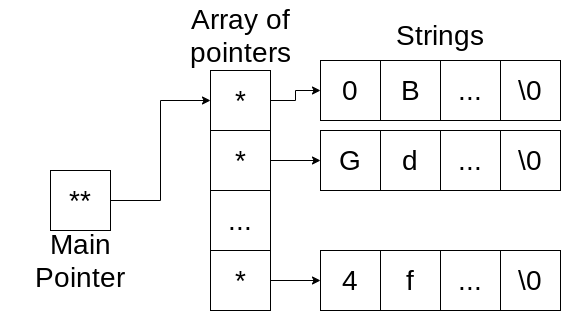
Earlier version of the draw.io export LR1/report/photo/data_schema.png (kira607/labs_2sem). Source tidied: cells renumbered, new cells last; positions are measured from the earlier drawing's top-left corner, leaving out a move shared by most shapes. Source of this version:
```xml
<mxGraphModel>
  <root>
    <mxCell id="0" />
    <mxCell id="1" parent="0" />
    <mxCell id="2" style="edgeStyle=orthogonalEdgeStyle;rounded=0;jettySize=auto;html=1;entryX=0;entryY=0.5;entryDx=0;entryDy=0;" parent="1" edge="1" source="3" target="5">
      <mxGeometry relative="1" as="geometry" />
    </mxCell>
    <mxCell id="3" value="&lt;font style=&quot;font-size: 28px&quot;&gt;**&lt;/font&gt;" style="rounded=0;whiteSpace=wrap;html=1;" parent="1" vertex="1">
      <mxGeometry x="50" y="170" width="60" height="60" as="geometry" />
    </mxCell>
    <mxCell id="4" style="edgeStyle=orthogonalEdgeStyle;rounded=0;jettySize=auto;html=1;entryX=0;entryY=0.5;entryDx=0;entryDy=0;" parent="1" edge="1" source="5" target="11">
      <mxGeometry relative="1" as="geometry" />
    </mxCell>
    <mxCell id="5" value="&lt;span style=&quot;font-size: 28px&quot;&gt;*&lt;/span&gt;" style="rounded=0;whiteSpace=wrap;html=1;" parent="1" vertex="1">
      <mxGeometry x="210" y="70" width="60" height="60" as="geometry" />
    </mxCell>
    <mxCell id="6" style="edgeStyle=orthogonalEdgeStyle;rounded=0;jettySize=auto;html=1;entryX=0;entryY=0.5;entryDx=0;entryDy=0;" parent="1" edge="1" source="7">
      <mxGeometry relative="1" as="geometry">
        <mxPoint x="320" y="160" as="targetPoint" />
      </mxGeometry>
    </mxCell>
    <mxCell id="7" value="&lt;span style=&quot;font-size: 28px&quot;&gt;*&lt;/span&gt;" style="rounded=0;whiteSpace=wrap;html=1;" parent="1" vertex="1">
      <mxGeometry x="210" y="130" width="60" height="60" as="geometry" />
    </mxCell>
    <mxCell id="8" value="..." style="rounded=0;whiteSpace=wrap;html=1;fontSize=28;" parent="1" vertex="1">
      <mxGeometry x="210" y="190" width="60" height="60" as="geometry" />
    </mxCell>
    <mxCell id="9" style="edgeStyle=orthogonalEdgeStyle;rounded=0;jettySize=auto;html=1;entryX=0;entryY=0.5;entryDx=0;entryDy=0;" parent="1" edge="1" source="10">
      <mxGeometry relative="1" as="geometry">
        <mxPoint x="320" y="280" as="targetPoint" />
      </mxGeometry>
    </mxCell>
    <mxCell id="10" value="&lt;span style=&quot;font-size: 28px&quot;&gt;*&lt;/span&gt;" style="rounded=0;whiteSpace=wrap;html=1;" parent="1" vertex="1">
      <mxGeometry x="210" y="250" width="60" height="60" as="geometry" />
    </mxCell>
    <mxCell id="11" value="0" style="rounded=0;whiteSpace=wrap;html=1;glass=0;shadow=0;comic=0;fontSize=28;" parent="1" vertex="1">
      <mxGeometry x="320" y="60" width="60" height="60" as="geometry" />
    </mxCell>
    <mxCell id="12" value="B" style="rounded=0;whiteSpace=wrap;html=1;glass=0;shadow=0;comic=0;fontSize=28;" parent="1" vertex="1">
      <mxGeometry x="380" y="60" width="60" height="60" as="geometry" />
    </mxCell>
    <mxCell id="13" value="..." style="rounded=0;whiteSpace=wrap;html=1;glass=0;shadow=0;comic=0;fontSize=28;" parent="1" vertex="1">
      <mxGeometry x="440" y="60" width="60" height="60" as="geometry" />
    </mxCell>
    <mxCell id="14" value="\0" style="rounded=0;whiteSpace=wrap;html=1;glass=0;shadow=0;comic=0;fontSize=28;" parent="1" vertex="1">
      <mxGeometry x="500" y="60" width="60" height="60" as="geometry" />
    </mxCell>
    <mxCell id="15" value="G" style="rounded=0;whiteSpace=wrap;html=1;glass=0;shadow=0;comic=0;fontSize=28;" parent="1" vertex="1">
      <mxGeometry x="320" y="130" width="60" height="60" as="geometry" />
    </mxCell>
    <mxCell id="16" value="d" style="rounded=0;whiteSpace=wrap;html=1;glass=0;shadow=0;comic=0;fontSize=28;" parent="1" vertex="1">
      <mxGeometry x="380" y="130" width="60" height="60" as="geometry" />
    </mxCell>
    <mxCell id="17" value="..." style="rounded=0;whiteSpace=wrap;html=1;glass=0;shadow=0;comic=0;fontSize=28;" parent="1" vertex="1">
      <mxGeometry x="440" y="130" width="60" height="60" as="geometry" />
    </mxCell>
    <mxCell id="18" value="\0" style="rounded=0;whiteSpace=wrap;html=1;glass=0;shadow=0;comic=0;fontSize=28;" parent="1" vertex="1">
      <mxGeometry x="500" y="130" width="60" height="60" as="geometry" />
    </mxCell>
    <mxCell id="19" value="4" style="rounded=0;whiteSpace=wrap;html=1;glass=0;shadow=0;comic=0;fontSize=28;" parent="1" vertex="1">
      <mxGeometry x="320" y="250" width="60" height="60" as="geometry" />
    </mxCell>
    <mxCell id="20" value="f" style="rounded=0;whiteSpace=wrap;html=1;glass=0;shadow=0;comic=0;fontSize=28;" parent="1" vertex="1">
      <mxGeometry x="380" y="250" width="60" height="60" as="geometry" />
    </mxCell>
    <mxCell id="21" value="..." style="rounded=0;whiteSpace=wrap;html=1;glass=0;shadow=0;comic=0;fontSize=28;" parent="1" vertex="1">
      <mxGeometry x="440" y="250" width="60" height="60" as="geometry" />
    </mxCell>
    <mxCell id="22" value="\0" style="rounded=0;whiteSpace=wrap;html=1;glass=0;shadow=0;comic=0;fontSize=28;" parent="1" vertex="1">
      <mxGeometry x="500" y="250" width="60" height="60" as="geometry" />
    </mxCell>
    <mxCell id="23" value="Main Pointer" style="text;html=1;strokeColor=none;fillColor=none;align=center;verticalAlign=middle;whiteSpace=wrap;rounded=0;shadow=0;glass=0;comic=0;fontSize=28;" parent="1" vertex="1">
      <mxGeometry y="230" width="160" height="60" as="geometry" />
    </mxCell>
    <mxCell id="24" value="Array of pointers" style="text;html=1;strokeColor=none;fillColor=none;align=center;verticalAlign=middle;whiteSpace=wrap;rounded=0;shadow=0;glass=0;comic=0;fontSize=28;" parent="1" vertex="1">
      <mxGeometry x="140" width="200" height="70" as="geometry" />
    </mxCell>
    <mxCell id="25" value="Strings" style="text;html=1;strokeColor=none;fillColor=none;align=center;verticalAlign=middle;whiteSpace=wrap;rounded=0;shadow=0;glass=0;comic=0;fontSize=28;" parent="1" vertex="1">
      <mxGeometry x="380" y="12.5" width="120" height="45" as="geometry" />
    </mxCell>
  </root>
</mxGraphModel>
```
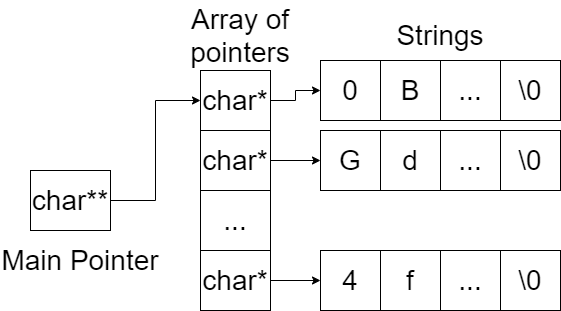
The same diagram one commit later.

Diff of the diagram source:
```diff
@@ -5,33 +5,33 @@
     <mxCell id="2" style="edgeStyle=orthogonalEdgeStyle;rounded=0;jettySize=auto;html=1;entryX=0;entryY=0.5;entryDx=0;entryDy=0;" parent="1" edge="1" source="3" target="5">
       <mxGeometry relative="1" as="geometry" />
     </mxCell>
-    <mxCell id="3" value="&lt;font style=&quot;font-size: 28px&quot;&gt;**&lt;/font&gt;" style="rounded=0;whiteSpace=wrap;html=1;" parent="1" vertex="1">
-      <mxGeometry x="50" y="170" width="60" height="60" as="geometry" />
+    <mxCell id="3" value="&lt;font style=&quot;font-size: 28px&quot;&gt;char**&lt;/font&gt;" style="rounded=0;whiteSpace=wrap;html=1;" parent="1" vertex="1">
+      <mxGeometry x="30" y="170" width="80" height="60" as="geometry" />
     </mxCell>
     <mxCell id="4" style="edgeStyle=orthogonalEdgeStyle;rounded=0;jettySize=auto;html=1;entryX=0;entryY=0.5;entryDx=0;entryDy=0;" parent="1" edge="1" source="5" target="11">
       <mxGeometry relative="1" as="geometry" />
     </mxCell>
-    <mxCell id="5" value="&lt;span style=&quot;font-size: 28px&quot;&gt;*&lt;/span&gt;" style="rounded=0;whiteSpace=wrap;html=1;" parent="1" vertex="1">
-      <mxGeometry x="210" y="70" width="60" height="60" as="geometry" />
+    <mxCell id="5" value="&lt;span style=&quot;font-size: 28px&quot;&gt;char*&lt;/span&gt;" style="rounded=0;whiteSpace=wrap;html=1;" parent="1" vertex="1">
+      <mxGeometry x="200" y="70" width="70" height="60" as="geometry" />
     </mxCell>
     <mxCell id="6" style="edgeStyle=orthogonalEdgeStyle;rounded=0;jettySize=auto;html=1;entryX=0;entryY=0.5;entryDx=0;entryDy=0;" parent="1" edge="1" source="7">
       <mxGeometry relative="1" as="geometry">
         <mxPoint x="320" y="160" as="targetPoint" />
       </mxGeometry>
     </mxCell>
-    <mxCell id="7" value="&lt;span style=&quot;font-size: 28px&quot;&gt;*&lt;/span&gt;" style="rounded=0;whiteSpace=wrap;html=1;" parent="1" vertex="1">
-      <mxGeometry x="210" y="130" width="60" height="60" as="geometry" />
+    <mxCell id="7" value="&lt;span style=&quot;font-size: 28px&quot;&gt;char*&lt;/span&gt;" style="rounded=0;whiteSpace=wrap;html=1;" parent="1" vertex="1">
+      <mxGeometry x="200" y="130" width="70" height="60" as="geometry" />
     </mxCell>
     <mxCell id="8" value="..." style="rounded=0;whiteSpace=wrap;html=1;fontSize=28;" parent="1" vertex="1">
-      <mxGeometry x="210" y="190" width="60" height="60" as="geometry" />
+      <mxGeometry x="200" y="190" width="70" height="60" as="geometry" />
     </mxCell>
     <mxCell id="9" style="edgeStyle=orthogonalEdgeStyle;rounded=0;jettySize=auto;html=1;entryX=0;entryY=0.5;entryDx=0;entryDy=0;" parent="1" edge="1" source="10">
       <mxGeometry relative="1" as="geometry">
         <mxPoint x="320" y="280" as="targetPoint" />
       </mxGeometry>
     </mxCell>
-    <mxCell id="10" value="&lt;span style=&quot;font-size: 28px&quot;&gt;*&lt;/span&gt;" style="rounded=0;whiteSpace=wrap;html=1;" parent="1" vertex="1">
-      <mxGeometry x="210" y="250" width="60" height="60" as="geometry" />
+    <mxCell id="10" value="&lt;span style=&quot;font-size: 28px&quot;&gt;char*&lt;/span&gt;" style="rounded=0;whiteSpace=wrap;html=1;" parent="1" vertex="1">
+      <mxGeometry x="200" y="250" width="70" height="60" as="geometry" />
     </mxCell>
     <mxCell id="11" value="0" style="rounded=0;whiteSpace=wrap;html=1;glass=0;shadow=0;comic=0;fontSize=28;" parent="1" vertex="1">
       <mxGeometry x="320" y="60" width="60" height="60" as="geometry" />
```
